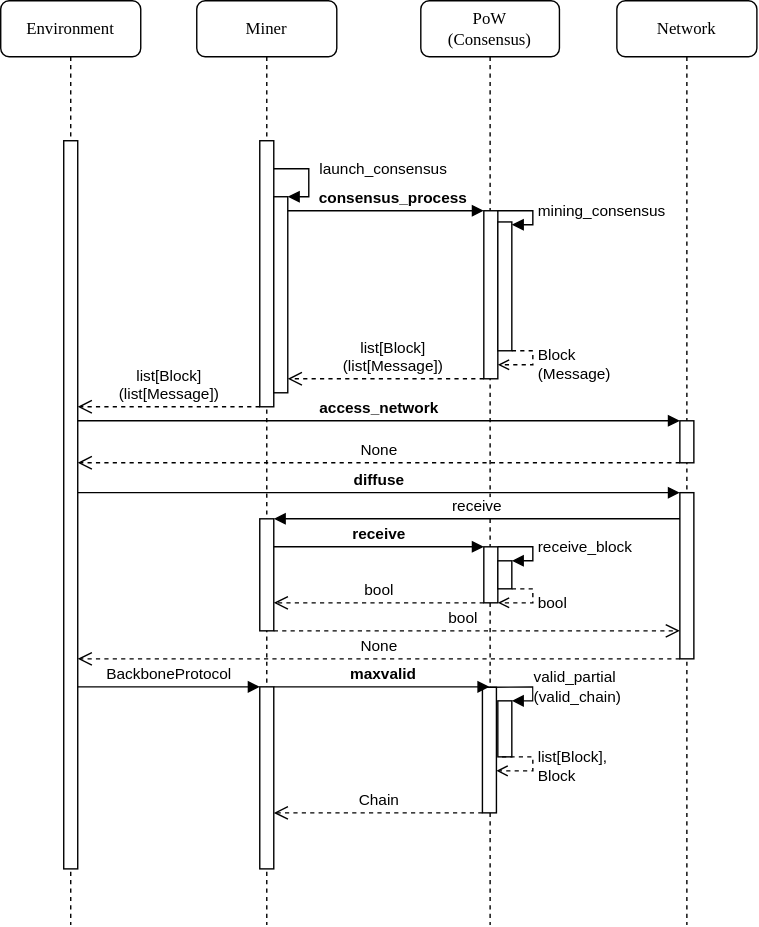
ChainXim-Team/ChainXim keeps this draw.io diagram as doc/message-lifecycle.svg. Above is the earlier version. Source tidied: cells renumbered, new cells last; positions are measured from the earlier drawing's top-left corner, leaving out a move shared by most shapes.
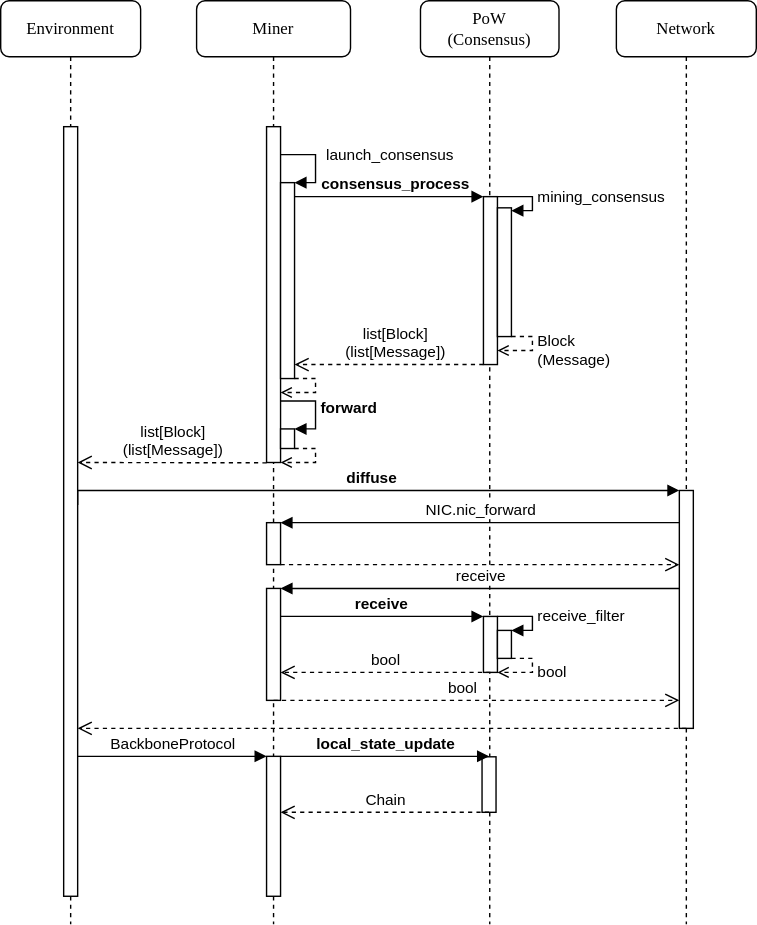
After the commit.

Diff of the diagram source:
```diff
@@ -3,214 +3,229 @@
     <mxCell id="0" />
     <mxCell id="1" parent="0" />
     <mxCell id="2" value="Miner" style="shape=umlLifeline;perimeter=lifelinePerimeter;whiteSpace=wrap;html=1;rounded=1;shadow=0;comic=0;labelBackgroundColor=none;strokeWidth=1;fontFamily=Verdana;fontSize=12;align=center;" parent="1" vertex="1">
-      <mxGeometry x="140" width="100" height="660" as="geometry" />
+      <mxGeometry x="140" width="110" height="660" as="geometry" />
     </mxCell>
     <mxCell id="3" style="html=1;points=[];perimeter=orthogonalPerimeter;rounded=0;shadow=0;comic=0;labelBackgroundColor=none;strokeWidth=1;fontFamily=Verdana;fontSize=12;align=center;" parent="2" vertex="1">
-      <mxGeometry x="45" y="100" width="10" height="190" as="geometry" />
+      <mxGeometry x="50" y="90" width="10" height="240" as="geometry" />
     </mxCell>
     <mxCell id="4" style="html=1;points=[];perimeter=orthogonalPerimeter;outlineConnect=0;targetShapes=umlLifeline;portConstraint=eastwest;newEdgeStyle={&quot;edgeStyle&quot;:&quot;elbowEdgeStyle&quot;,&quot;elbow&quot;:&quot;vertical&quot;,&quot;curved&quot;:0,&quot;rounded&quot;:0};" parent="2" vertex="1">
-      <mxGeometry x="55" y="140" width="10" height="140" as="geometry" />
+      <mxGeometry x="60" y="130" width="10" height="140" as="geometry" />
     </mxCell>
     <mxCell id="5" value="launch_consensus" style="html=1;align=left;spacingLeft=2;endArrow=block;rounded=0;edgeStyle=orthogonalEdgeStyle;curved=0;rounded=0;" parent="2" edge="1" source="3" target="4">
       <mxGeometry x="-0.38" y="-10" relative="1" as="geometry">
         <Array as="points">
-          <mxPoint x="80" y="120" />
-          <mxPoint x="80" y="140" />
+          <mxPoint x="85" y="110" />
+          <mxPoint x="85" y="130" />
         </Array>
         <mxPoint x="10" y="-10" as="offset" />
       </mxGeometry>
     </mxCell>
     <mxCell id="6" style="html=1;points=[];perimeter=orthogonalPerimeter;outlineConnect=0;targetShapes=umlLifeline;portConstraint=eastwest;newEdgeStyle={&quot;edgeStyle&quot;:&quot;elbowEdgeStyle&quot;,&quot;elbow&quot;:&quot;vertical&quot;,&quot;curved&quot;:0,&quot;rounded&quot;:0};" parent="2" vertex="1">
-      <mxGeometry x="45" y="370" width="10" height="80" as="geometry" />
+      <mxGeometry x="50" y="420" width="10" height="80" as="geometry" />
     </mxCell>
     <mxCell id="7" style="html=1;points=[];perimeter=orthogonalPerimeter;outlineConnect=0;targetShapes=umlLifeline;portConstraint=eastwest;newEdgeStyle={&quot;edgeStyle&quot;:&quot;elbowEdgeStyle&quot;,&quot;elbow&quot;:&quot;vertical&quot;,&quot;curved&quot;:0,&quot;rounded&quot;:0};" parent="2" vertex="1">
-      <mxGeometry x="45" y="490" width="10" height="130" as="geometry" />
+      <mxGeometry x="50" y="540" width="10" height="100" as="geometry" />
     </mxCell>
+    <mxCell id="40" style="html=1;align=left;spacingLeft=2;endArrow=open;rounded=0;edgeStyle=orthogonalEdgeStyle;curved=0;rounded=0;dashed=1;endFill=0;" parent="2" edge="1">
+      <mxGeometry relative="1" as="geometry">
+        <mxPoint x="70" y="270" as="sourcePoint" />
+        <mxPoint x="60" y="280" as="targetPoint" />
+        <Array as="points">
+          <mxPoint x="85" y="270" />
+          <mxPoint x="85" y="280" />
+        </Array>
+      </mxGeometry>
+    </mxCell>
+    <mxCell id="41" style="html=1;points=[[0,0,0,0,5],[0,1,0,0,-5],[1,0,0,0,5],[1,1,0,0,-5]];perimeter=orthogonalPerimeter;outlineConnect=0;targetShapes=umlLifeline;portConstraint=eastwest;newEdgeStyle={&quot;curved&quot;:0,&quot;rounded&quot;:0};" parent="2" vertex="1">
+      <mxGeometry x="60" y="306" width="10" height="14" as="geometry" />
+    </mxCell>
+    <mxCell id="42" value="&lt;b&gt;forward&lt;/b&gt;" style="html=1;align=left;spacingLeft=2;endArrow=block;rounded=0;edgeStyle=orthogonalEdgeStyle;curved=0;rounded=0;" parent="2" edge="1" source="3" target="41">
+      <mxGeometry relative="1" as="geometry">
+        <Array as="points">
+          <mxPoint x="85" y="286" />
+          <mxPoint x="85" y="306" />
+        </Array>
+      </mxGeometry>
+    </mxCell>
+    <mxCell id="43" style="html=1;align=left;spacingLeft=2;endArrow=open;rounded=0;edgeStyle=orthogonalEdgeStyle;curved=0;rounded=0;dashed=1;endFill=0;" parent="2" edge="1">
+      <mxGeometry relative="1" as="geometry">
+        <mxPoint x="70" y="320" as="sourcePoint" />
+        <mxPoint x="60" y="330" as="targetPoint" />
+        <Array as="points">
+          <mxPoint x="85" y="320" />
+          <mxPoint x="85" y="330" />
+        </Array>
+      </mxGeometry>
+    </mxCell>
+    <mxCell id="24" value="&lt;b&gt;diffuse&lt;/b&gt;" style="html=1;verticalAlign=bottom;endArrow=block;edgeStyle=elbowEdgeStyle;elbow=vertical;curved=0;rounded=0;exitX=0.95;exitY=0.455;exitDx=0;exitDy=0;exitPerimeter=0;" parent="2" edge="1" target="23">
+      <mxGeometry relative="1" as="geometry">
+        <mxPoint x="-85" y="360.3" as="sourcePoint" />
+        <Array as="points">
+          <mxPoint x="140" y="350" />
+        </Array>
+      </mxGeometry>
+    </mxCell>
+    <mxCell id="44" style="html=1;perimeter=orthogonalPerimeter;targetShapes=umlLifeline;newEdgeStyle={&quot;curved&quot;:0,&quot;rounded&quot;:0};" parent="2" vertex="1">
+      <mxGeometry x="50" y="373" width="10" height="30" as="geometry" />
+    </mxCell>
     <mxCell id="8" value="PoW&lt;br&gt;(Consensus)" style="shape=umlLifeline;perimeter=lifelinePerimeter;whiteSpace=wrap;html=1;rounded=1;shadow=0;comic=0;labelBackgroundColor=none;strokeWidth=1;fontFamily=Verdana;fontSize=12;align=center;" parent="1" vertex="1">
       <mxGeometry x="300" width="99" height="660" as="geometry" />
     </mxCell>
     <mxCell id="9" style="html=1;points=[];perimeter=orthogonalPerimeter;outlineConnect=0;targetShapes=umlLifeline;portConstraint=eastwest;newEdgeStyle={&quot;edgeStyle&quot;:&quot;elbowEdgeStyle&quot;,&quot;elbow&quot;:&quot;vertical&quot;,&quot;curved&quot;:0,&quot;rounded&quot;:0};" parent="8" vertex="1">
-      <mxGeometry x="45" y="150" width="10" height="120" as="geometry" />
+      <mxGeometry x="45" y="140" width="10" height="120" as="geometry" />
     </mxCell>
     <mxCell id="10" style="html=1;points=[];perimeter=orthogonalPerimeter;outlineConnect=0;targetShapes=umlLifeline;portConstraint=eastwest;newEdgeStyle={&quot;edgeStyle&quot;:&quot;elbowEdgeStyle&quot;,&quot;elbow&quot;:&quot;vertical&quot;,&quot;curved&quot;:0,&quot;rounded&quot;:0};" parent="8" vertex="1">
-      <mxGeometry x="55" y="158" width="10" height="92" as="geometry" />
+      <mxGeometry x="55" y="148" width="10" height="92" as="geometry" />
     </mxCell>
     <mxCell id="11" value="mining_consensus" style="html=1;align=left;spacingLeft=2;endArrow=block;rounded=0;edgeStyle=orthogonalEdgeStyle;curved=0;rounded=0;" parent="8" edge="1" source="9" target="10">
       <mxGeometry relative="1" as="geometry">
         <Array as="points">
+          <mxPoint x="80" y="140" />
           <mxPoint x="80" y="150" />
-          <mxPoint x="80" y="160" />
         </Array>
       </mxGeometry>
     </mxCell>
     <mxCell id="12" value="Block&lt;br&gt;(Message)" style="html=1;align=left;spacingLeft=2;endArrow=open;rounded=0;edgeStyle=orthogonalEdgeStyle;curved=0;rounded=0;dashed=1;endFill=0;" parent="8" edge="1" target="9">
       <mxGeometry relative="1" as="geometry">
-        <mxPoint x="65" y="250" as="sourcePoint" />
+        <mxPoint x="65" y="240" as="sourcePoint" />
         <Array as="points">
+          <mxPoint x="80" y="240" />
           <mxPoint x="80" y="250" />
-          <mxPoint x="80" y="260" />
         </Array>
       </mxGeometry>
     </mxCell>
     <mxCell id="13" style="html=1;points=[];perimeter=orthogonalPerimeter;outlineConnect=0;targetShapes=umlLifeline;portConstraint=eastwest;newEdgeStyle={&quot;edgeStyle&quot;:&quot;elbowEdgeStyle&quot;,&quot;elbow&quot;:&quot;vertical&quot;,&quot;curved&quot;:0,&quot;rounded&quot;:0};" parent="8" vertex="1">
-      <mxGeometry x="45" y="390" width="10" height="40" as="geometry" />
+      <mxGeometry x="45" y="440" width="10" height="40" as="geometry" />
     </mxCell>
     <mxCell id="14" style="html=1;points=[];perimeter=orthogonalPerimeter;outlineConnect=0;targetShapes=umlLifeline;portConstraint=eastwest;newEdgeStyle={&quot;edgeStyle&quot;:&quot;elbowEdgeStyle&quot;,&quot;elbow&quot;:&quot;vertical&quot;,&quot;curved&quot;:0,&quot;rounded&quot;:0};" parent="8" vertex="1">
-      <mxGeometry x="55" y="400" width="10" height="20" as="geometry" />
+      <mxGeometry x="55" y="450" width="10" height="20" as="geometry" />
     </mxCell>
-    <mxCell id="15" value="receive_block" style="html=1;align=left;spacingLeft=2;endArrow=block;rounded=0;edgeStyle=orthogonalEdgeStyle;curved=0;rounded=0;" parent="8" edge="1" source="13" target="14">
+    <mxCell id="15" value="receive_filter" style="html=1;align=left;spacingLeft=2;endArrow=block;rounded=0;edgeStyle=orthogonalEdgeStyle;curved=0;rounded=0;" parent="8" edge="1" source="13" target="14">
       <mxGeometry relative="1" as="geometry">
         <Array as="points">
-          <mxPoint x="80" y="390" />
-          <mxPoint x="80" y="400" />
+          <mxPoint x="80" y="440" />
+          <mxPoint x="80" y="450" />
         </Array>
       </mxGeometry>
     </mxCell>
     <mxCell id="16" value="bool" style="html=1;align=left;spacingLeft=2;endArrow=open;rounded=0;edgeStyle=orthogonalEdgeStyle;curved=0;rounded=0;dashed=1;endFill=0;" parent="8" edge="1" source="14" target="13">
       <mxGeometry relative="1" as="geometry">
         <Array as="points">
-          <mxPoint x="80" y="420" />
-          <mxPoint x="80" y="430" />
+          <mxPoint x="80" y="470" />
+          <mxPoint x="80" y="480" />
         </Array>
       </mxGeometry>
     </mxCell>
     <mxCell id="17" style="html=1;points=[];perimeter=orthogonalPerimeter;outlineConnect=0;targetShapes=umlLifeline;portConstraint=eastwest;newEdgeStyle={&quot;edgeStyle&quot;:&quot;elbowEdgeStyle&quot;,&quot;elbow&quot;:&quot;vertical&quot;,&quot;curved&quot;:0,&quot;rounded&quot;:0};" parent="8" vertex="1">
-      <mxGeometry x="44" y="490.3" width="10" height="89.7" as="geometry" />
+      <mxGeometry x="44" y="540.3" width="10" height="39.7" as="geometry" />
     </mxCell>
-    <mxCell id="18" style="html=1;points=[];perimeter=orthogonalPerimeter;outlineConnect=0;targetShapes=umlLifeline;portConstraint=eastwest;newEdgeStyle={&quot;edgeStyle&quot;:&quot;elbowEdgeStyle&quot;,&quot;elbow&quot;:&quot;vertical&quot;,&quot;curved&quot;:0,&quot;rounded&quot;:0};" parent="8" vertex="1">
-      <mxGeometry x="55" y="500" width="10" height="40" as="geometry" />
-    </mxCell>
-    <mxCell id="19" value="valid_partial&lt;br&gt;(valid_chain)" style="html=1;align=left;spacingLeft=2;endArrow=block;rounded=0;edgeStyle=orthogonalEdgeStyle;curved=0;rounded=0;" parent="8" edge="1" source="17" target="18">
-      <mxGeometry relative="1" as="geometry">
-        <Array as="points">
-          <mxPoint x="80" y="490" />
-          <mxPoint x="80" y="500" />
-        </Array>
-      </mxGeometry>
-    </mxCell>
-    <mxCell id="20" value="list[Block],&lt;br&gt;Block" style="html=1;align=left;spacingLeft=2;endArrow=open;rounded=0;edgeStyle=orthogonalEdgeStyle;curved=0;rounded=0;dashed=1;endFill=0;" parent="8" edge="1" target="17">
-      <mxGeometry relative="1" as="geometry">
-        <mxPoint x="58" y="540" as="sourcePoint" />
-        <Array as="points">
-          <mxPoint x="80" y="540" />
-          <mxPoint x="80" y="550" />
-        </Array>
-      </mxGeometry>
-    </mxCell>
     <mxCell id="21" value="Network" style="shape=umlLifeline;perimeter=lifelinePerimeter;whiteSpace=wrap;html=1;rounded=1;shadow=0;comic=0;labelBackgroundColor=none;strokeWidth=1;fontFamily=Verdana;fontSize=12;align=center;" parent="1" vertex="1">
       <mxGeometry x="440" width="100" height="660" as="geometry" />
     </mxCell>
-    <mxCell id="22" style="html=1;points=[];perimeter=orthogonalPerimeter;outlineConnect=0;targetShapes=umlLifeline;portConstraint=eastwest;newEdgeStyle={&quot;edgeStyle&quot;:&quot;elbowEdgeStyle&quot;,&quot;elbow&quot;:&quot;vertical&quot;,&quot;curved&quot;:0,&quot;rounded&quot;:0};" parent="21" vertex="1">
-      <mxGeometry x="45" y="300" width="10" height="30" as="geometry" />
-    </mxCell>
     <mxCell id="23" style="html=1;points=[];perimeter=orthogonalPerimeter;outlineConnect=0;targetShapes=umlLifeline;portConstraint=eastwest;newEdgeStyle={&quot;edgeStyle&quot;:&quot;elbowEdgeStyle&quot;,&quot;elbow&quot;:&quot;vertical&quot;,&quot;curved&quot;:0,&quot;rounded&quot;:0};" parent="21" vertex="1">
-      <mxGeometry x="45" y="351.3" width="10" height="118.7" as="geometry" />
+      <mxGeometry x="45" y="350" width="10" height="170" as="geometry" />
     </mxCell>
-    <mxCell id="24" value="&lt;b&gt;diffuse&lt;/b&gt;" style="html=1;verticalAlign=bottom;endArrow=block;edgeStyle=elbowEdgeStyle;elbow=vertical;curved=0;rounded=0;exitX=0.95;exitY=0.455;exitDx=0;exitDy=0;exitPerimeter=0;" parent="21" edge="1" target="23">
-      <mxGeometry relative="1" as="geometry">
-        <mxPoint x="-385" y="351.3" as="sourcePoint" />
-      </mxGeometry>
-    </mxCell>
     <mxCell id="25" value="Environment" style="shape=umlLifeline;perimeter=lifelinePerimeter;whiteSpace=wrap;html=1;rounded=1;shadow=0;comic=0;labelBackgroundColor=none;strokeWidth=1;fontFamily=Verdana;fontSize=12;align=center;" parent="1" vertex="1">
       <mxGeometry width="100" height="660" as="geometry" />
     </mxCell>
     <mxCell id="26" style="html=1;points=[];perimeter=orthogonalPerimeter;rounded=0;shadow=0;comic=0;labelBackgroundColor=none;strokeWidth=1;fontFamily=Verdana;fontSize=12;align=center;" parent="25" vertex="1">
-      <mxGeometry x="45" y="100" width="10" height="520" as="geometry" />
+      <mxGeometry x="45" y="90" width="10" height="550" as="geometry" />
     </mxCell>
     <mxCell id="27" value="&lt;b&gt;consensus_process&lt;/b&gt;" style="html=1;verticalAlign=bottom;endArrow=block;edgeStyle=elbowEdgeStyle;elbow=vertical;curved=0;rounded=0;" parent="1" edge="1" source="4" target="9">
       <mxGeometry x="0.07" relative="1" as="geometry">
         <Array as="points">
-          <mxPoint x="260" y="150" />
+          <mxPoint x="260" y="140" />
         </Array>
       </mxGeometry>
     </mxCell>
     <mxCell id="28" value="list[Block]&lt;br&gt;(list[Message])" style="html=1;verticalAlign=bottom;endArrow=open;dashed=1;endSize=8;edgeStyle=elbowEdgeStyle;elbow=vertical;curved=0;rounded=0;" parent="1" edge="1" source="9" target="4">
       <mxGeometry x="-0.07" relative="1" as="geometry">
         <Array as="points">
-          <mxPoint x="280" y="270" />
+          <mxPoint x="280" y="260" />
         </Array>
       </mxGeometry>
     </mxCell>
-    <mxCell id="29" value="list[Block]&lt;br style=&quot;border-color: var(--border-color);&quot;&gt;(list[Message])" style="html=1;verticalAlign=bottom;endArrow=open;dashed=1;endSize=8;edgeStyle=elbowEdgeStyle;elbow=vertical;curved=0;rounded=0;" parent="1" edge="1" source="3" target="26">
+    <mxCell id="29" value="list[Block]&lt;br style=&quot;border-color: var(--border-color);&quot;&gt;(list[Message])" style="html=1;verticalAlign=bottom;endArrow=open;dashed=1;endSize=8;edgeStyle=elbowEdgeStyle;elbow=vertical;curved=0;rounded=0;exitX=0.002;exitY=1.001;exitDx=0;exitDy=0;exitPerimeter=0;" parent="1" edge="1" source="3">
       <mxGeometry relative="1" as="geometry">
+        <mxPoint x="55" y="330" as="targetPoint" />
         <Array as="points">
-          <mxPoint x="120" y="290" />
+          <mxPoint x="120" y="330" />
         </Array>
       </mxGeometry>
     </mxCell>
-    <mxCell id="30" value="&lt;b&gt;access_network&lt;/b&gt;" style="html=1;verticalAlign=bottom;endArrow=block;edgeStyle=elbowEdgeStyle;elbow=vertical;curved=0;rounded=0;" parent="1" edge="1" source="26" target="22">
-      <mxGeometry relative="1" as="geometry">
-        <Array as="points">
-          <mxPoint x="340" y="300" />
-        </Array>
-      </mxGeometry>
-    </mxCell>
-    <mxCell id="31" value="None" style="html=1;verticalAlign=bottom;endArrow=open;dashed=1;endSize=8;edgeStyle=elbowEdgeStyle;elbow=vertical;curved=0;rounded=0;" parent="1" edge="1" source="22" target="26">
-      <mxGeometry relative="1" as="geometry">
-        <Array as="points">
-          <mxPoint x="260" y="330" />
-        </Array>
-      </mxGeometry>
-    </mxCell>
     <mxCell id="32" value="receive" style="html=1;verticalAlign=bottom;endArrow=block;edgeStyle=elbowEdgeStyle;elbow=vertical;curved=0;rounded=0;" parent="1" edge="1" source="23" target="6">
       <mxGeometry relative="1" as="geometry">
         <Array as="points">
-          <mxPoint x="340" y="370" />
+          <mxPoint x="340" y="420" />
         </Array>
       </mxGeometry>
     </mxCell>
     <mxCell id="33" value="&lt;b&gt;receive&lt;/b&gt;" style="html=1;verticalAlign=bottom;endArrow=block;edgeStyle=elbowEdgeStyle;elbow=vertical;curved=0;rounded=0;" parent="1" edge="1" source="6" target="13">
       <mxGeometry relative="1" as="geometry">
         <Array as="points">
-          <mxPoint x="280" y="390" />
+          <mxPoint x="280" y="440" />
         </Array>
       </mxGeometry>
     </mxCell>
     <mxCell id="34" value="bool" style="html=1;verticalAlign=bottom;endArrow=open;dashed=1;endSize=8;edgeStyle=elbowEdgeStyle;elbow=vertical;curved=0;rounded=0;" parent="1" edge="1" source="13" target="6">
       <mxGeometry relative="1" as="geometry">
         <Array as="points">
-          <mxPoint x="270" y="430" />
+          <mxPoint x="270" y="480" />
         </Array>
       </mxGeometry>
     </mxCell>
     <mxCell id="35" value="bool" style="html=1;verticalAlign=bottom;endArrow=open;dashed=1;endSize=8;edgeStyle=elbowEdgeStyle;elbow=vertical;curved=0;rounded=0;" parent="1" edge="1" source="6" target="23">
       <mxGeometry x="-0.07" relative="1" as="geometry">
         <Array as="points">
-          <mxPoint x="340" y="450" />
+          <mxPoint x="340" y="500" />
         </Array>
       </mxGeometry>
     </mxCell>
-    <mxCell id="36" value="None" style="html=1;verticalAlign=bottom;endArrow=open;dashed=1;endSize=8;edgeStyle=elbowEdgeStyle;elbow=vertical;curved=0;rounded=0;" parent="1" edge="1" source="23" target="26">
+    <mxCell id="36" style="html=1;verticalAlign=bottom;endArrow=open;dashed=1;endSize=8;edgeStyle=elbowEdgeStyle;elbow=vertical;curved=0;rounded=0;" parent="1" edge="1" source="23">
       <mxGeometry relative="1" as="geometry">
+        <mxPoint x="55" y="520" as="targetPoint" />
         <Array as="points">
-          <mxPoint x="280" y="470" />
+          <mxPoint x="280" y="520" />
         </Array>
       </mxGeometry>
     </mxCell>
-    <mxCell id="37" value="BackboneProtocol" style="html=1;verticalAlign=bottom;endArrow=block;edgeStyle=elbowEdgeStyle;elbow=vertical;curved=0;rounded=0;" parent="1" edge="1" source="26" target="7">
+    <mxCell id="37" value="BackboneProtocol" style="html=1;verticalAlign=bottom;endArrow=block;edgeStyle=elbowEdgeStyle;elbow=vertical;curved=0;rounded=0;" parent="1" edge="1" target="7">
       <mxGeometry relative="1" as="geometry">
+        <mxPoint x="55" y="540" as="sourcePoint" />
         <Array as="points">
-          <mxPoint x="130" y="490" />
-          <mxPoint x="110" y="500" />
+          <mxPoint x="130" y="540" />
+          <mxPoint x="110" y="550" />
         </Array>
       </mxGeometry>
     </mxCell>
-    <mxCell id="38" value="&lt;b&gt;maxvalid&lt;/b&gt;" style="html=1;verticalAlign=bottom;endArrow=block;edgeStyle=elbowEdgeStyle;elbow=vertical;curved=0;rounded=0;" parent="1" edge="1" source="7" target="17">
+    <mxCell id="38" value="&lt;b&gt;local_state_update&lt;/b&gt;" style="html=1;verticalAlign=bottom;endArrow=block;edgeStyle=elbowEdgeStyle;elbow=vertical;curved=0;rounded=0;" parent="1" edge="1" source="7" target="17">
       <mxGeometry relative="1" as="geometry">
         <Array as="points">
-          <mxPoint x="290" y="490" />
+          <mxPoint x="290" y="540" />
         </Array>
       </mxGeometry>
     </mxCell>
     <mxCell id="39" value="Chain" style="html=1;verticalAlign=bottom;endArrow=open;dashed=1;endSize=8;edgeStyle=elbowEdgeStyle;elbow=vertical;curved=0;rounded=0;" parent="1" edge="1" source="17" target="7">
       <mxGeometry relative="1" as="geometry">
         <Array as="points">
-          <mxPoint x="250" y="580" />
-          <mxPoint x="310" y="560" />
-          <mxPoint x="270" y="530" />
-          <mxPoint x="250" y="570" />
+          <mxPoint x="310" y="580" />
+          <mxPoint x="310" y="610" />
+          <mxPoint x="270" y="580" />
+          <mxPoint x="250" y="620" />
         </Array>
       </mxGeometry>
     </mxCell>
+    <mxCell id="45" value="NIC.nic_forward" style="html=1;verticalAlign=bottom;endArrow=block;curved=0;rounded=0;entryX=1;entryY=0;entryDx=0;entryDy=5;" parent="1" edge="1">
+      <mxGeometry relative="1" as="geometry">
+        <mxPoint x="485" y="373" as="sourcePoint" />
+        <mxPoint x="200" y="373" as="targetPoint" />
+      </mxGeometry>
+    </mxCell>
+    <mxCell id="46" style="html=1;verticalAlign=bottom;endArrow=open;dashed=1;endSize=8;curved=0;rounded=0;" parent="1" edge="1">
+      <mxGeometry relative="1" as="geometry">
+        <mxPoint x="200" y="403" as="sourcePoint" />
+        <mxPoint x="485" y="403" as="targetPoint" />
+      </mxGeometry>
+    </mxCell>
   </root>
 </mxGraphModel>
```
